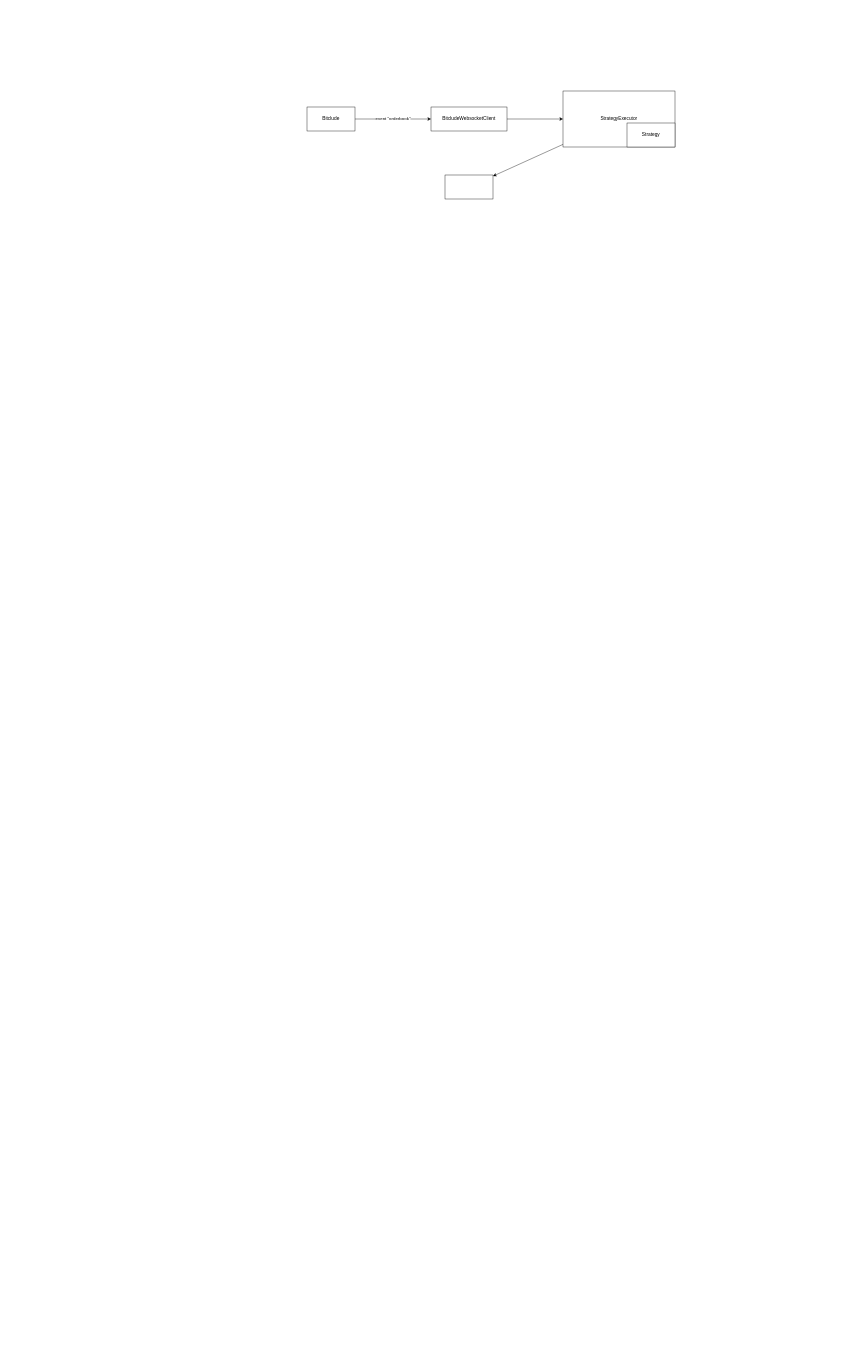
Before: docs/nagasaki.drawio in oskarissimus/nagasaki, a draw.io diagram. Source tidied: cells renumbered, new cells numbered last; positions are measured from the earlier drawing's top-left corner, leaving out a move shared by most shapes. Both pictures are drawn from the tidied source at 40%, with x=0, y=0 at pixel (307, 91).
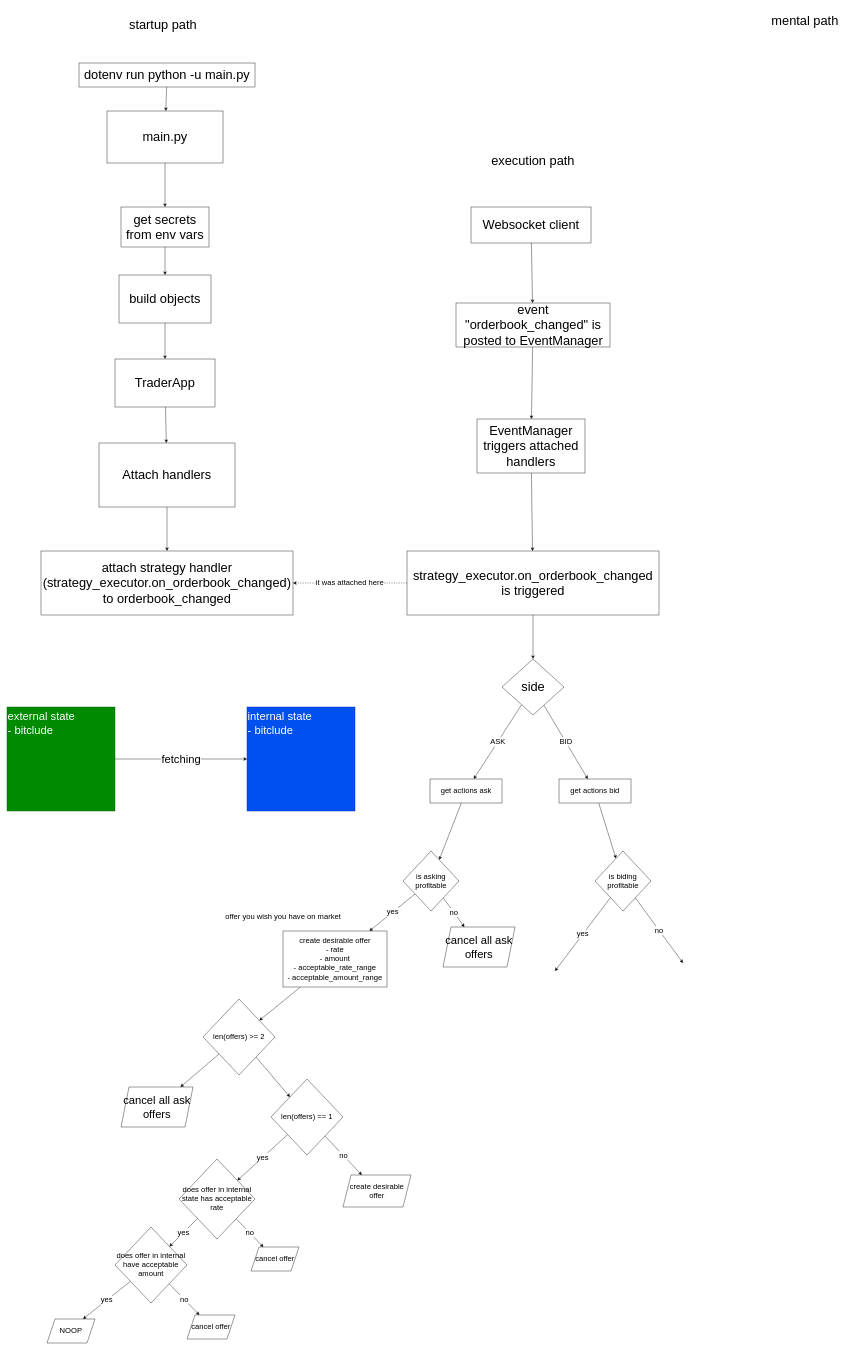
After the change.

Diff of the diagram source:
```diff
@@
-    <mxCell id="2" style="edgeStyle=none;html=1;" parent="1" edge="1" source="3" target="7">
-      <mxGeometry relative="1" as="geometry" />
-    </mxCell>
-    <mxCell id="3" value="BitcludeWebsocketClient" style="rounded=0;whiteSpace=wrap;html=1;" parent="1" vertex="1">
-      <mxGeometry x="310" y="40" width="190" height="60" as="geometry" />
-    </mxCell>
-    <mxCell id="4" value="event &quot;orderbook&quot;" style="edgeStyle=none;html=1;" parent="1" edge="1" source="5" target="3">
-      <mxGeometry relative="1" as="geometry" />
-    </mxCell>
-    <mxCell id="5" value="Bitclude" style="rounded=0;whiteSpace=wrap;html=1;" parent="1" vertex="1">
-      <mxGeometry y="40" width="120" height="60" as="geometry" />
-    </mxCell>
-    <mxCell id="6" style="edgeStyle=none;html=1;" parent="1" edge="1" source="7" target="9">
-      <mxGeometry relative="1" as="geometry" />
-    </mxCell>
-    <mxCell id="7" value="StrategyExecutor" style="rounded=0;whiteSpace=wrap;html=1;" parent="1" vertex="1">
-      <mxGeometry x="640" width="280" height="140" as="geometry" />
-    </mxCell>
-    <mxCell id="8" value="Strategy" style="rounded=0;whiteSpace=wrap;html=1;" parent="1" vertex="1">
-      <mxGeometry x="800" y="80" width="120" height="60" as="geometry" />
-    </mxCell>
-    <mxCell id="9" style="rounded=0;whiteSpace=wrap;html=1;" parent="1" vertex="1">
-      <mxGeometry x="345" y="210" width="120" height="60" as="geometry" />
-    </mxCell>
+    <mxCell id="10" value="startup path" style="text;html=1;strokeColor=none;fillColor=none;align=center;verticalAlign=middle;whiteSpace=wrap;rounded=0;fontSize=32;" parent="1" vertex="1">
+      <mxGeometry x="-475" y="-200" width="230" height="70" as="geometry" />
+    </mxCell>
+    <mxCell id="11" style="edgeStyle=none;html=1;fontSize=32;" parent="1" edge="1" source="12" target="14">
+      <mxGeometry relative="1" as="geometry" />
+    </mxCell>
+    <mxCell id="12" value="dotenv run python -u main.py" style="rounded=0;whiteSpace=wrap;html=1;fontSize=32;" parent="1" vertex="1">
+      <mxGeometry x="-570" y="-70" width="440" height="60" as="geometry" />
+    </mxCell>
+    <mxCell id="13" style="edgeStyle=none;html=1;fontSize=32;" parent="1" edge="1" source="14" target="16">
+      <mxGeometry relative="1" as="geometry" />
+    </mxCell>
+    <mxCell id="14" value="main.py" style="rounded=0;whiteSpace=wrap;html=1;fontSize=32;" parent="1" vertex="1">
+      <mxGeometry x="-500" y="50" width="290" height="130" as="geometry" />
+    </mxCell>
+    <mxCell id="15" style="edgeStyle=none;html=1;fontSize=32;" parent="1" edge="1" source="16" target="18">
+      <mxGeometry relative="1" as="geometry" />
+    </mxCell>
+    <mxCell id="16" value="get secrets from env vars" style="rounded=0;whiteSpace=wrap;html=1;fontSize=32;" parent="1" vertex="1">
+      <mxGeometry x="-465" y="290" width="220" height="100" as="geometry" />
+    </mxCell>
+    <mxCell id="17" style="edgeStyle=none;html=1;fontSize=32;" parent="1" edge="1" source="18" target="20">
+      <mxGeometry relative="1" as="geometry" />
+    </mxCell>
+    <mxCell id="18" value="build objects" style="rounded=0;whiteSpace=wrap;html=1;fontSize=32;" parent="1" vertex="1">
+      <mxGeometry x="-470" y="460" width="230" height="120" as="geometry" />
+    </mxCell>
+    <mxCell id="19" style="edgeStyle=none;html=1;fontSize=32;" parent="1" edge="1" source="20" target="22">
+      <mxGeometry relative="1" as="geometry" />
+    </mxCell>
+    <mxCell id="20" value="TraderApp" style="rounded=0;whiteSpace=wrap;html=1;fontSize=32;" parent="1" vertex="1">
+      <mxGeometry x="-480" y="670" width="250" height="120" as="geometry" />
+    </mxCell>
+    <mxCell id="21" style="edgeStyle=none;html=1;fontSize=32;" parent="1" edge="1" source="22" target="23">
+      <mxGeometry relative="1" as="geometry" />
+    </mxCell>
+    <mxCell id="22" value="Attach handlers" style="rounded=0;whiteSpace=wrap;html=1;fontSize=32;" parent="1" vertex="1">
+      <mxGeometry x="-520" y="880" width="340" height="160" as="geometry" />
+    </mxCell>
+    <mxCell id="23" value="attach strategy handler (strategy_executor.on_orderbook_changed) to orderbook_changed" style="whiteSpace=wrap;html=1;fontSize=32;rounded=0;" parent="1" vertex="1">
+      <mxGeometry x="-665" y="1150" width="630" height="160" as="geometry" />
+    </mxCell>
+    <mxCell id="24" value="execution path" style="text;html=1;strokeColor=none;fillColor=none;align=center;verticalAlign=middle;whiteSpace=wrap;rounded=0;fontSize=32;" parent="1" vertex="1">
+      <mxGeometry x="450" y="140" width="230" height="70" as="geometry" />
+    </mxCell>
+    <mxCell id="25" style="edgeStyle=none;html=1;fontSize=32;" parent="1" edge="1" source="26" target="28">
+      <mxGeometry relative="1" as="geometry" />
+    </mxCell>
+    <mxCell id="26" value="Websocket client" style="rounded=0;whiteSpace=wrap;html=1;fontSize=32;" parent="1" vertex="1">
+      <mxGeometry x="410" y="290" width="300" height="90" as="geometry" />
+    </mxCell>
+    <mxCell id="27" style="edgeStyle=none;html=1;fontSize=32;" parent="1" edge="1" source="28" target="31">
+      <mxGeometry relative="1" as="geometry" />
+    </mxCell>
+    <mxCell id="28" value="event &quot;orderbook_changed&quot; is posted to EventManager" style="rounded=0;whiteSpace=wrap;html=1;fontSize=32;" parent="1" vertex="1">
+      <mxGeometry x="372.5" y="530" width="385" height="110" as="geometry" />
+    </mxCell>
+    <mxCell id="29" value="mental path" style="text;html=1;strokeColor=none;fillColor=none;align=center;verticalAlign=middle;whiteSpace=wrap;rounded=0;fontSize=32;" parent="1" vertex="1">
+      <mxGeometry x="1130" y="-210" width="230" height="70" as="geometry" />
+    </mxCell>
+    <mxCell id="30" style="edgeStyle=none;html=1;fontSize=32;" parent="1" edge="1" source="31" target="34">
+      <mxGeometry relative="1" as="geometry" />
+    </mxCell>
+    <mxCell id="31" value="EventManager triggers attached handlers" style="whiteSpace=wrap;html=1;fontSize=32;rounded=0;" parent="1" vertex="1">
+      <mxGeometry x="425" y="820" width="270" height="135" as="geometry" />
+    </mxCell>
+    <mxCell id="32" value="it was attached here" style="edgeStyle=none;html=1;fontSize=19;dashed=1;" parent="1" edge="1" source="34" target="23">
+      <mxGeometry relative="1" as="geometry" />
+    </mxCell>
+    <mxCell id="33" style="edgeStyle=none;html=1;fontSize=19;" parent="1" edge="1" source="34" target="37">
+      <mxGeometry relative="1" as="geometry" />
+    </mxCell>
+    <mxCell id="34" value="strategy_executor.on_orderbook_changed is triggered" style="whiteSpace=wrap;html=1;fontSize=32;rounded=0;" parent="1" vertex="1">
+      <mxGeometry x="250" y="1150" width="630" height="160" as="geometry" />
+    </mxCell>
+    <mxCell id="35" value="ASK" style="edgeStyle=none;html=1;fontSize=19;" parent="1" edge="1" source="37" target="39">
+      <mxGeometry relative="1" as="geometry" />
+    </mxCell>
+    <mxCell id="36" value="BID" style="edgeStyle=none;html=1;fontSize=19;" parent="1" edge="1" source="37" target="41">
+      <mxGeometry relative="1" as="geometry" />
+    </mxCell>
+    <mxCell id="37" value="side" style="rhombus;whiteSpace=wrap;html=1;fontSize=32;rounded=0;" parent="1" vertex="1">
+      <mxGeometry x="487.5" y="1420" width="155" height="140" as="geometry" />
+    </mxCell>
+    <mxCell id="38" style="edgeStyle=none;html=1;fontSize=19;" parent="1" edge="1" source="39" target="47">
+      <mxGeometry relative="1" as="geometry" />
+    </mxCell>
+    <mxCell id="39" value="get actions ask" style="rounded=0;whiteSpace=wrap;html=1;fontSize=19;" parent="1" vertex="1">
+      <mxGeometry x="307.5" y="1720" width="180" height="60" as="geometry" />
+    </mxCell>
+    <mxCell id="40" style="edgeStyle=none;html=1;fontSize=19;" parent="1" edge="1" source="41" target="44">
+      <mxGeometry relative="1" as="geometry" />
+    </mxCell>
+    <mxCell id="41" value="get actions bid" style="rounded=0;whiteSpace=wrap;html=1;fontSize=19;" parent="1" vertex="1">
+      <mxGeometry x="630" y="1720" width="180" height="60" as="geometry" />
+    </mxCell>
+    <mxCell id="42" value="yes" style="edgeStyle=none;html=1;fontSize=19;" parent="1" edge="1" source="44">
+      <mxGeometry relative="1" as="geometry">
+        <mxPoint x="620" y="2200" as="targetPoint" />
+      </mxGeometry>
+    </mxCell>
+    <mxCell id="43" value="no" style="edgeStyle=none;html=1;fontSize=19;" parent="1" edge="1" source="44">
+      <mxGeometry relative="1" as="geometry">
+        <mxPoint x="940" y="2180" as="targetPoint" />
+      </mxGeometry>
+    </mxCell>
+    <mxCell id="44" value="is biding profitable" style="rhombus;whiteSpace=wrap;html=1;fontSize=19;" parent="1" vertex="1">
+      <mxGeometry x="720" y="1900" width="140" height="150" as="geometry" />
+    </mxCell>
+    <mxCell id="45" value="yes" style="edgeStyle=none;html=1;fontSize=19;" parent="1" edge="1" source="47" target="59">
+      <mxGeometry relative="1" as="geometry" />
+    </mxCell>
+    <mxCell id="46" value="no" style="edgeStyle=none;html=1;fontSize=19;" parent="1" edge="1" source="47" target="71">
+      <mxGeometry relative="1" as="geometry" />
+    </mxCell>
+    <mxCell id="47" value="is asking profitable" style="rhombus;whiteSpace=wrap;html=1;fontSize=19;" parent="1" vertex="1">
+      <mxGeometry x="240" y="1900" width="140" height="150" as="geometry" />
+    </mxCell>
+    <mxCell id="48" value="yes" style="edgeStyle=none;html=1;fontSize=19;" parent="1" edge="1" source="69" target="52">
+      <mxGeometry relative="1" as="geometry" />
+    </mxCell>
+    <mxCell id="49" value="no" style="edgeStyle=none;html=1;fontSize=19;" parent="1" edge="1" source="69" target="70">
+      <mxGeometry relative="1" as="geometry" />
+    </mxCell>
+    <mxCell id="50" value="yes" style="edgeStyle=none;html=1;fontSize=19;" parent="1" edge="1" source="52" target="55">
+      <mxGeometry relative="1" as="geometry" />
+    </mxCell>
+    <mxCell id="51" value="no" style="edgeStyle=none;html=1;fontSize=19;" parent="1" edge="1" source="52" target="68">
+      <mxGeometry relative="1" as="geometry" />
+    </mxCell>
+    <mxCell id="52" value="does offer in internal state has acceptable rate" style="rhombus;whiteSpace=wrap;html=1;fontSize=19;" parent="1" vertex="1">
+      <mxGeometry x="-320" y="2670" width="190" height="200" as="geometry" />
+    </mxCell>
+    <mxCell id="53" value="yes" style="edgeStyle=none;html=1;fontSize=19;entryX=0.75;entryY=0;entryDx=0;entryDy=0;" parent="1" edge="1" source="55" target="56">
+      <mxGeometry relative="1" as="geometry" />
+    </mxCell>
+    <mxCell id="54" value="no" style="edgeStyle=none;html=1;fontSize=19;" parent="1" edge="1" source="55" target="57">
+      <mxGeometry relative="1" as="geometry" />
+    </mxCell>
+    <mxCell id="55" value="does offer in internal have acceptable amount" style="rhombus;whiteSpace=wrap;html=1;fontSize=19;" parent="1" vertex="1">
+      <mxGeometry x="-480" y="2840" width="180" height="190" as="geometry" />
+    </mxCell>
+    <mxCell id="56" value="NOOP" style="shape=parallelogram;perimeter=parallelogramPerimeter;whiteSpace=wrap;html=1;fixedSize=1;fontSize=19;" parent="1" vertex="1">
+      <mxGeometry x="-650" y="3070" width="120" height="60" as="geometry" />
+    </mxCell>
+    <mxCell id="57" value="cancel offer" style="shape=parallelogram;perimeter=parallelogramPerimeter;whiteSpace=wrap;html=1;fixedSize=1;fontSize=19;" parent="1" vertex="1">
+      <mxGeometry x="-300" y="3060" width="120" height="60" as="geometry" />
+    </mxCell>
+    <mxCell id="58" style="edgeStyle=none;html=1;fontSize=28;" parent="1" edge="1" source="59" target="66">
+      <mxGeometry relative="1" as="geometry" />
+    </mxCell>
+    <mxCell id="59" value="create desirable offer&lt;br&gt;- rate&lt;br&gt;- amount&lt;br&gt;- acceptable_rate_range&lt;br&gt;- acceptable_amount_range" style="rounded=0;whiteSpace=wrap;html=1;fontSize=19;" parent="1" vertex="1">
+      <mxGeometry x="-60" y="2100" width="260" height="140" as="geometry" />
+    </mxCell>
+    <mxCell id="60" value="offer you wish you have on market" style="text;html=1;align=center;verticalAlign=middle;strokeColor=none;fillColor=none;fontSize=19;" parent="1" vertex="1">
+      <mxGeometry x="-210" y="2050" width="300" height="30" as="geometry" />
+    </mxCell>
+    <mxCell id="61" value="fetching" style="edgeStyle=none;html=1;fontSize=28;" parent="1" edge="1" source="62" target="63">
+      <mxGeometry relative="1" as="geometry" />
+    </mxCell>
+    <mxCell id="62" value="external state&lt;br&gt;- bitclude" style="rounded=0;whiteSpace=wrap;html=1;fontSize=28;fillColor=#008a00;fontColor=#ffffff;strokeColor=#005700;verticalAlign=top;align=left;" parent="1" vertex="1">
+      <mxGeometry x="-750" y="1540" width="270" height="260" as="geometry" />
+    </mxCell>
+    <mxCell id="63" value="internal state&lt;br&gt;- bitclude" style="rounded=0;whiteSpace=wrap;html=1;fontSize=28;fillColor=#0050ef;fontColor=#ffffff;strokeColor=#001DBC;verticalAlign=top;align=left;" parent="1" vertex="1">
+      <mxGeometry x="-150" y="1540" width="270" height="260" as="geometry" />
+    </mxCell>
+    <mxCell id="64" style="edgeStyle=none;html=1;fontSize=28;" parent="1" edge="1" source="66" target="67">
+      <mxGeometry relative="1" as="geometry" />
+    </mxCell>
+    <mxCell id="65" style="edgeStyle=none;html=1;fontSize=28;" parent="1" edge="1" source="66" target="69">
+      <mxGeometry relative="1" as="geometry" />
+    </mxCell>
+    <mxCell id="66" value="len(offers) &amp;gt;= 2" style="rhombus;whiteSpace=wrap;html=1;fontSize=19;" parent="1" vertex="1">
+      <mxGeometry x="-260" y="2270" width="180" height="190" as="geometry" />
+    </mxCell>
+    <mxCell id="67" value="cancel all ask offers" style="shape=parallelogram;perimeter=parallelogramPerimeter;whiteSpace=wrap;html=1;fixedSize=1;fontSize=28;" parent="1" vertex="1">
+      <mxGeometry x="-465" y="2490" width="180" height="100" as="geometry" />
+    </mxCell>
+    <mxCell id="68" value="cancel offer" style="shape=parallelogram;perimeter=parallelogramPerimeter;whiteSpace=wrap;html=1;fixedSize=1;fontSize=19;" parent="1" vertex="1">
+      <mxGeometry x="-140" y="2890" width="120" height="60" as="geometry" />
+    </mxCell>
+    <mxCell id="69" value="len(offers) == 1" style="rhombus;whiteSpace=wrap;html=1;fontSize=19;" parent="1" vertex="1">
+      <mxGeometry x="-90" y="2470" width="180" height="190" as="geometry" />
+    </mxCell>
+    <mxCell id="70" value="create desirable offer" style="shape=parallelogram;perimeter=parallelogramPerimeter;whiteSpace=wrap;html=1;fixedSize=1;fontSize=19;" parent="1" vertex="1">
+      <mxGeometry x="90" y="2710" width="170" height="80" as="geometry" />
+    </mxCell>
+    <mxCell id="71" value="cancel all ask offers" style="shape=parallelogram;perimeter=parallelogramPerimeter;whiteSpace=wrap;html=1;fixedSize=1;fontSize=28;" parent="1" vertex="1">
+      <mxGeometry x="340" y="2090" width="180" height="100" as="geometry" />
+    </mxCell>
```
